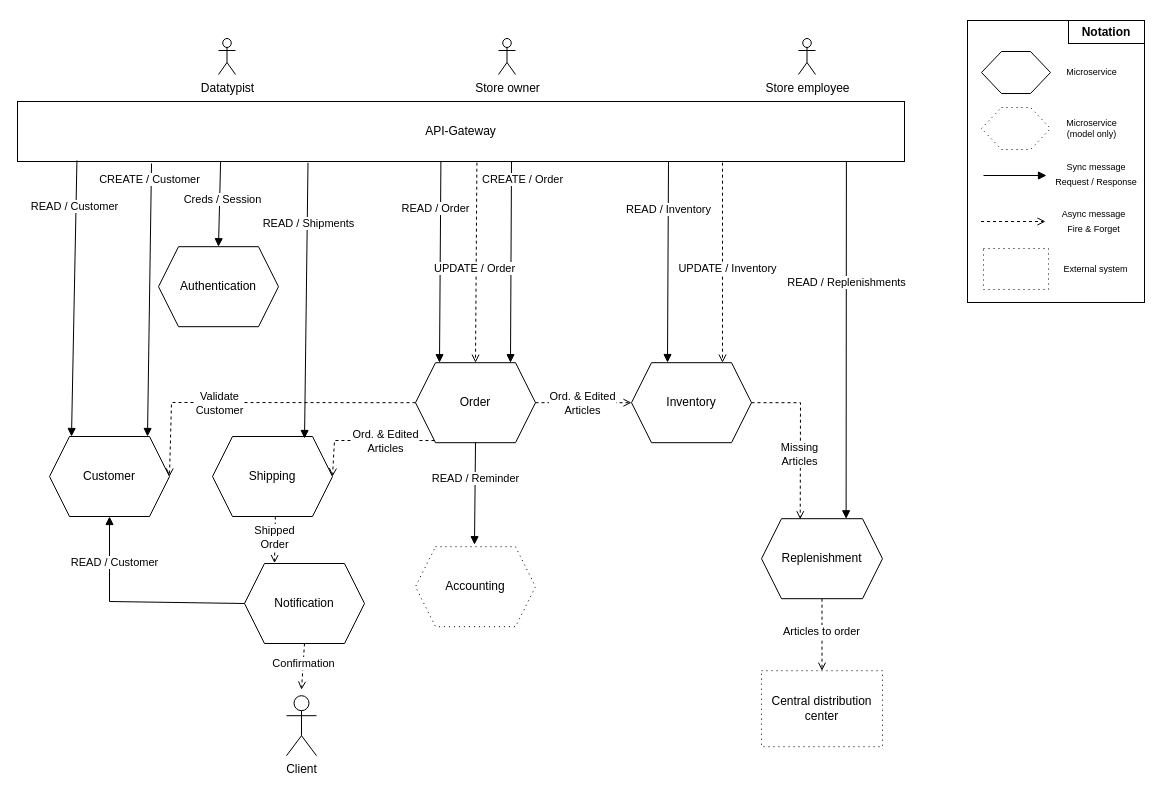
The draw.io diagram documentation/src/docs/asciidoc/diagrams/microservice-diagram.drawio in davidohnee/swda, before the edit. Source tidied: cells renumbered, new cells numbered last; positions are measured from the earlier drawing's top-left corner, leaving out a move shared by most shapes. Both pictures are drawn from the tidied source at 100%, with x=0, y=0 at pixel (17, 17).
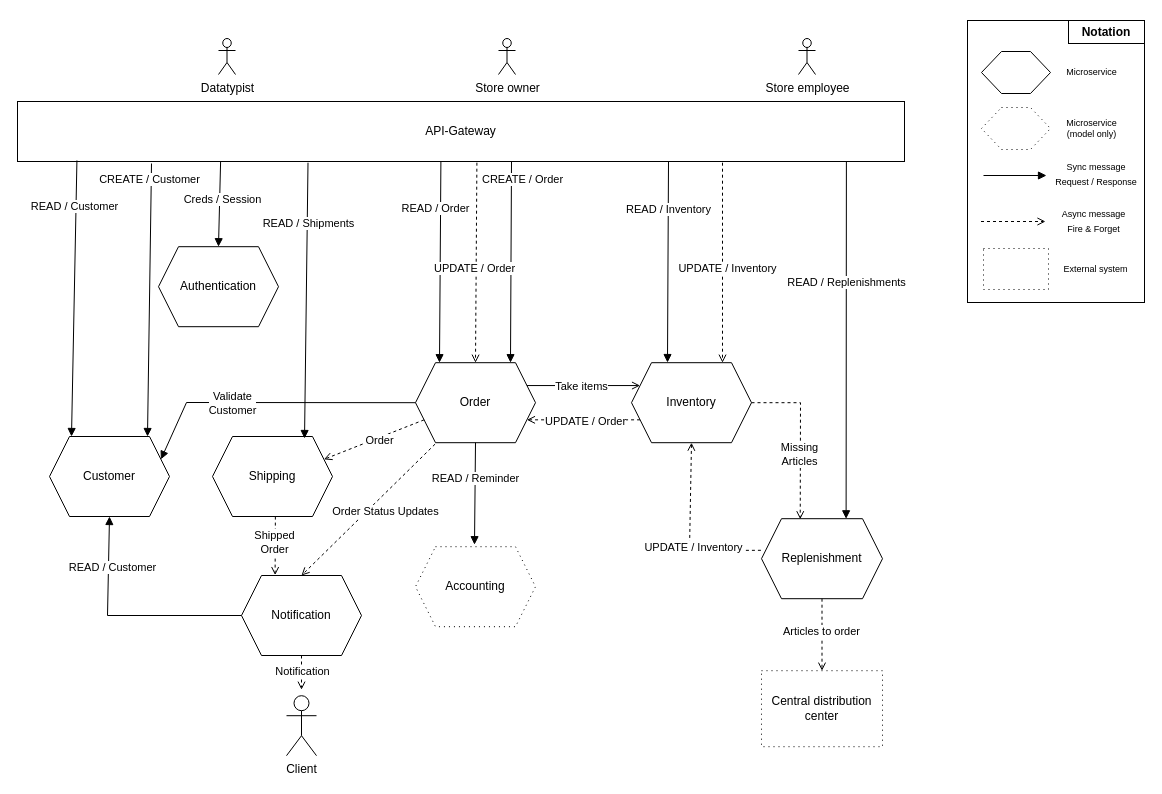
The same page after the edit.

Commit message (it also covers changes not shown here):
update microservice diagram

Unchanged cells that the change refers to:
```xml
<mxCell id="10" value="Shipping" style="shape=hexagon;perimeter=hexagonPerimeter2;whiteSpace=wrap;html=1;fixedSize=1;" parent="1" vertex="1">
  <mxGeometry x="195" y="419" width="120" height="80" as="geometry" />
</mxCell>
<mxCell id="11" value="Order" style="shape=hexagon;perimeter=hexagonPerimeter2;whiteSpace=wrap;html=1;fixedSize=1;" parent="1" vertex="1">
  <mxGeometry x="398" y="345.2" width="120" height="80" as="geometry" />
</mxCell>
<mxCell id="12" value="Inventory" style="shape=hexagon;perimeter=hexagonPerimeter2;whiteSpace=wrap;html=1;fixedSize=1;" parent="1" vertex="1">
  <mxGeometry x="614" y="345.2" width="120" height="80" as="geometry" />
</mxCell>
<mxCell id="26" value="Replenishment" style="shape=hexagon;perimeter=hexagonPerimeter2;whiteSpace=wrap;html=1;fixedSize=1;" parent="1" vertex="1">
  <mxGeometry x="744" y="501.2" width="121" height="80" as="geometry" />
</mxCell>
<mxCell id="34" value="Customer" style="shape=hexagon;perimeter=hexagonPerimeter2;whiteSpace=wrap;html=1;fixedSize=1;" parent="1" vertex="1">
  <mxGeometry x="32" y="419" width="120" height="80" as="geometry" />
</mxCell>
<mxCell id="44" style="html=1;verticalAlign=bottom;labelBackgroundColor=none;endArrow=open;endFill=0;dashed=1;rounded=0;exitX=0.5;exitY=1;exitDx=0;exitDy=0;" parent="1" edge="1" source="33">
  <mxGeometry relative="1" as="geometry">
    <mxPoint x="284" y="672.2" as="targetPoint" />
  </mxGeometry>
</mxCell>
```

The edit, as a diff of the source:
```diff
@@
     <mxCell id="33" value="Notification" style="shape=hexagon;perimeter=hexagonPerimeter2;whiteSpace=wrap;html=1;fixedSize=1;" parent="1" vertex="1">
-      <mxGeometry x="227" y="546" width="120" height="80" as="geometry" />
+      <mxGeometry x="224" y="558" width="120" height="80" as="geometry" />
     </mxCell>
@@
-    <mxCell id="35" style="html=1;verticalAlign=bottom;labelBackgroundColor=none;endArrow=open;endFill=0;dashed=1;rounded=0;exitX=0.524;exitY=1.001;exitDx=0;exitDy=0;entryX=0.25;entryY=-0.005;entryDx=0;entryDy=0;entryPerimeter=0;exitPerimeter=0;" parent="1" edge="1" source="10" target="33">
+    <mxCell id="35" style="html=1;verticalAlign=bottom;labelBackgroundColor=none;endArrow=open;endFill=0;dashed=1;rounded=0;exitX=0.524;exitY=1.001;exitDx=0;exitDy=0;entryX=0.28;entryY=-0.005;entryDx=0;entryDy=0;entryPerimeter=0;exitPerimeter=0;" parent="1" edge="1" source="10" target="33">
       <mxGeometry relative="1" as="geometry" />
     </mxCell>
@@
     <mxCell id="37" style="html=1;verticalAlign=bottom;labelBackgroundColor=none;endArrow=block;endFill=1;rounded=0;exitX=0;exitY=0.5;exitDx=0;exitDy=0;entryX=0.5;entryY=1;entryDx=0;entryDy=0;" parent="1" edge="1" source="33" target="34">
       <mxGeometry relative="1" as="geometry">
         <Array as="points">
-          <mxPoint x="92" y="584" />
+          <mxPoint x="90" y="598" />
         </Array>
       </mxGeometry>
     </mxCell>
@@
-    <mxCell id="39" style="html=1;verticalAlign=bottom;labelBackgroundColor=none;endArrow=open;endFill=0;dashed=1;rounded=0;exitX=1;exitY=0.5;exitDx=0;exitDy=0;entryX=0;entryY=0.5;entryDx=0;entryDy=0;" parent="1" edge="1" source="11" target="12">
+    <mxCell id="39" style="html=1;verticalAlign=bottom;labelBackgroundColor=none;endArrow=open;endFill=0;rounded=0;exitX=1;exitY=0.25;exitDx=0;exitDy=0;entryX=0;entryY=0.25;entryDx=0;entryDy=0;startArrow=none;startFill=0;" parent="1" edge="1" source="11" target="12">
       <mxGeometry relative="1" as="geometry" />
     </mxCell>
-    <mxCell id="40" value="Ord. &amp;amp; Edited&lt;br&gt;Articles" style="edgeLabel;html=1;align=center;verticalAlign=middle;" parent="39" vertex="1">
+    <mxCell id="40" value="Take items" style="edgeLabel;html=1;align=center;verticalAlign=middle;" parent="39" vertex="1">
       <mxGeometry x="-0.01" relative="1" as="geometry">
         <mxPoint x="-2" as="offset" />
       </mxGeometry>
     </mxCell>
@@
-    <mxCell id="45" value="Confirmation" style="edgeLabel;html=1;align=center;verticalAlign=middle;" parent="44" vertex="1">
+    <mxCell id="45" value="Notification" style="edgeLabel;html=1;align=center;verticalAlign=middle;" parent="44" vertex="1">
       <mxGeometry x="-0.15" y="-1" relative="1" as="geometry">
         <mxPoint x="1" as="offset" />
       </mxGeometry>
     </mxCell>
@@
-    <mxCell id="49" style="html=1;verticalAlign=bottom;labelBackgroundColor=none;endArrow=open;endFill=0;dashed=1;rounded=0;exitX=0.158;exitY=0.973;exitDx=0;exitDy=0;entryX=1;entryY=0.5;entryDx=0;entryDy=0;exitPerimeter=0;" parent="1" edge="1" source="11" target="10">
-      <mxGeometry relative="1" as="geometry">
-        <Array as="points">
-          <mxPoint x="317" y="423" />
-        </Array>
-      </mxGeometry>
+    <mxCell id="49" style="html=1;verticalAlign=bottom;labelBackgroundColor=none;endArrow=open;endFill=0;dashed=1;rounded=0;exitX=0;exitY=0.75;exitDx=0;exitDy=0;entryX=1;entryY=0.25;entryDx=0;entryDy=0;" parent="1" edge="1" source="11" target="10">
+      <mxGeometry relative="1" as="geometry" />
     </mxCell>
-    <mxCell id="50" value="Ord. &amp;amp; Edited&lt;br&gt;Articles" style="edgeLabel;html=1;align=center;verticalAlign=middle;" parent="49" vertex="1">
+    <mxCell id="50" value="Order" style="edgeLabel;html=1;align=center;verticalAlign=middle;" parent="49" vertex="1">
       <mxGeometry x="-0.01" relative="1" as="geometry">
-        <mxPoint x="18" as="offset" />
+        <mxPoint x="4" y="1" as="offset" />
       </mxGeometry>
     </mxCell>
@@
-    <mxCell id="65" style="html=1;verticalAlign=bottom;labelBackgroundColor=none;endArrow=open;endFill=0;dashed=1;rounded=0;exitX=0;exitY=0.5;exitDx=0;exitDy=0;entryX=1;entryY=0.5;entryDx=0;entryDy=0;" parent="1" edge="1" source="11" target="34">
+    <mxCell id="65" style="html=1;verticalAlign=bottom;labelBackgroundColor=none;endArrow=block;endFill=1;rounded=0;exitX=0;exitY=0.5;exitDx=0;exitDy=0;entryX=1;entryY=0.25;entryDx=0;entryDy=0;startArrow=none;startFill=0;" parent="1" edge="1" source="11" target="34">
       <mxGeometry relative="1" as="geometry">
         <Array as="points">
-          <mxPoint x="154" y="385" />
+          <mxPoint x="169" y="385" />
         </Array>
       </mxGeometry>
     </mxCell>
@@
+    <mxCell id="67" style="html=1;verticalAlign=bottom;labelBackgroundColor=none;endArrow=open;endFill=0;dashed=1;rounded=0;exitX=0;exitY=0.75;exitDx=0;exitDy=0;entryX=1;entryY=0.75;entryDx=0;entryDy=0;" parent="1" edge="1" source="12" target="11">
+      <mxGeometry relative="1" as="geometry" />
+    </mxCell>
+    <mxCell id="68" value="UPDATE / Order" style="edgeLabel;html=1;align=center;verticalAlign=middle;" parent="67" vertex="1">
+      <mxGeometry x="-0.01" relative="1" as="geometry">
+        <mxPoint x="1" y="1" as="offset" />
+      </mxGeometry>
+    </mxCell>
+    <mxCell id="69" style="html=1;verticalAlign=bottom;labelBackgroundColor=none;endArrow=none;endFill=0;dashed=1;rounded=0;entryX=0.013;entryY=0.395;entryDx=0;entryDy=0;entryPerimeter=0;startArrow=open;startFill=0;exitX=0.5;exitY=1;exitDx=0;exitDy=0;" parent="1" edge="1" source="12" target="26">
+      <mxGeometry relative="1" as="geometry">
+        <Array as="points">
+          <mxPoint x="672" y="533" />
+        </Array>
+      </mxGeometry>
+    </mxCell>
+    <mxCell id="70" value="UPDATE / Inventory" style="edgeLabel;html=1;align=center;verticalAlign=middle;" parent="69" vertex="1">
+      <mxGeometry x="0.24" relative="1" as="geometry">
+        <mxPoint x="-1" y="-3" as="offset" />
+      </mxGeometry>
+    </mxCell>
+    <mxCell id="71" style="html=1;verticalAlign=bottom;labelBackgroundColor=none;endArrow=open;endFill=0;dashed=1;rounded=0;exitX=0.163;exitY=1.018;exitDx=0;exitDy=0;entryX=0.5;entryY=0;entryDx=0;entryDy=0;exitPerimeter=0;" parent="1" edge="1" source="11" target="33">
+      <mxGeometry relative="1" as="geometry" />
+    </mxCell>
+    <mxCell id="72" value="Order Status Updates" style="edgeLabel;html=1;align=center;verticalAlign=middle;" parent="71" vertex="1">
+      <mxGeometry x="-0.01" relative="1" as="geometry">
+        <mxPoint x="16" y="2" as="offset" />
+      </mxGeometry>
+    </mxCell>
```
